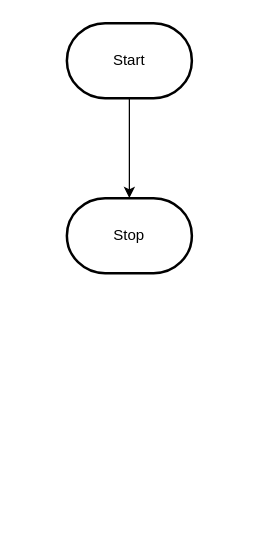
Before: design/flowchart.drawio in MTHS-ICS2O-2-2022/ICS2O-Unit-5-06-jakub-malhotra, a draw.io diagram. Source tidied: cells renumbered, new cells numbered last; positions are measured from the earlier drawing's top-left corner, leaving out a move shared by most shapes. Both pictures are drawn from the tidied source at 125%, with x=0, y=0 at pixel (66, 22).
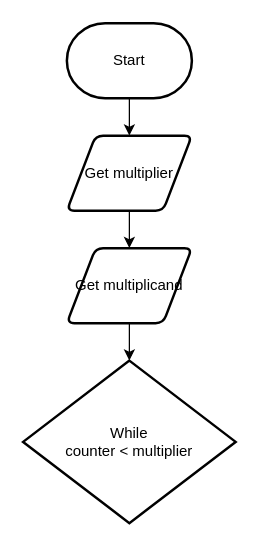
Above is the later version.

Diff of the diagram source:
```diff
@@
 <mxGraphModel>
   <root>
     <mxCell id="0" />
     <mxCell id="1" parent="0" />
-    <mxCell id="2" style="edgeStyle=orthogonalEdgeStyle;html=1;rounded=0;" parent="1" edge="1" source="3" target="4">
-      <mxGeometry relative="1" as="geometry" />
-    </mxCell>
+    <mxCell id="5" style="edgeStyle=none;html=1;" parent="1" edge="1" source="3" target="7">
+      <mxGeometry relative="1" as="geometry" />
+    </mxCell>
     <mxCell id="3" value="Start" style="strokeWidth=2;html=1;shape=mxgraph.flowchart.terminator;whiteSpace=wrap;" parent="1" vertex="1">
       <mxGeometry width="100" height="60" as="geometry" />
     </mxCell>
-    <mxCell id="4" value="Stop" style="strokeWidth=2;html=1;shape=mxgraph.flowchart.terminator;whiteSpace=wrap;" parent="1" vertex="1">
-      <mxGeometry y="140" width="100" height="60" as="geometry" />
-    </mxCell>
+    <mxCell id="6" style="edgeStyle=none;html=1;" parent="1" edge="1" source="7" target="9">
+      <mxGeometry relative="1" as="geometry" />
+    </mxCell>
+    <mxCell id="7" value="Get multiplier" style="shape=parallelogram;html=1;strokeWidth=2;perimeter=parallelogramPerimeter;whiteSpace=wrap;rounded=1;arcSize=12;size=0.23;" parent="1" vertex="1">
+      <mxGeometry y="90" width="100" height="60" as="geometry" />
+    </mxCell>
+    <mxCell id="8" style="edgeStyle=none;html=1;entryX=0.5;entryY=0;entryDx=0;entryDy=0;entryPerimeter=0;" parent="1" edge="1" source="9" target="10">
+      <mxGeometry relative="1" as="geometry" />
+    </mxCell>
+    <mxCell id="9" value="Get multiplicand" style="shape=parallelogram;html=1;strokeWidth=2;perimeter=parallelogramPerimeter;whiteSpace=wrap;rounded=1;arcSize=12;size=0.23;" parent="1" vertex="1">
+      <mxGeometry y="180" width="100" height="60" as="geometry" />
+    </mxCell>
+    <mxCell id="10" value="While&lt;br&gt;counter &amp;lt; multiplier" style="strokeWidth=2;html=1;shape=mxgraph.flowchart.decision;whiteSpace=wrap;" parent="1" vertex="1">
+      <mxGeometry x="-35" y="270" width="170" height="130" as="geometry" />
+    </mxCell>
   </root>
 </mxGraphModel>
```
